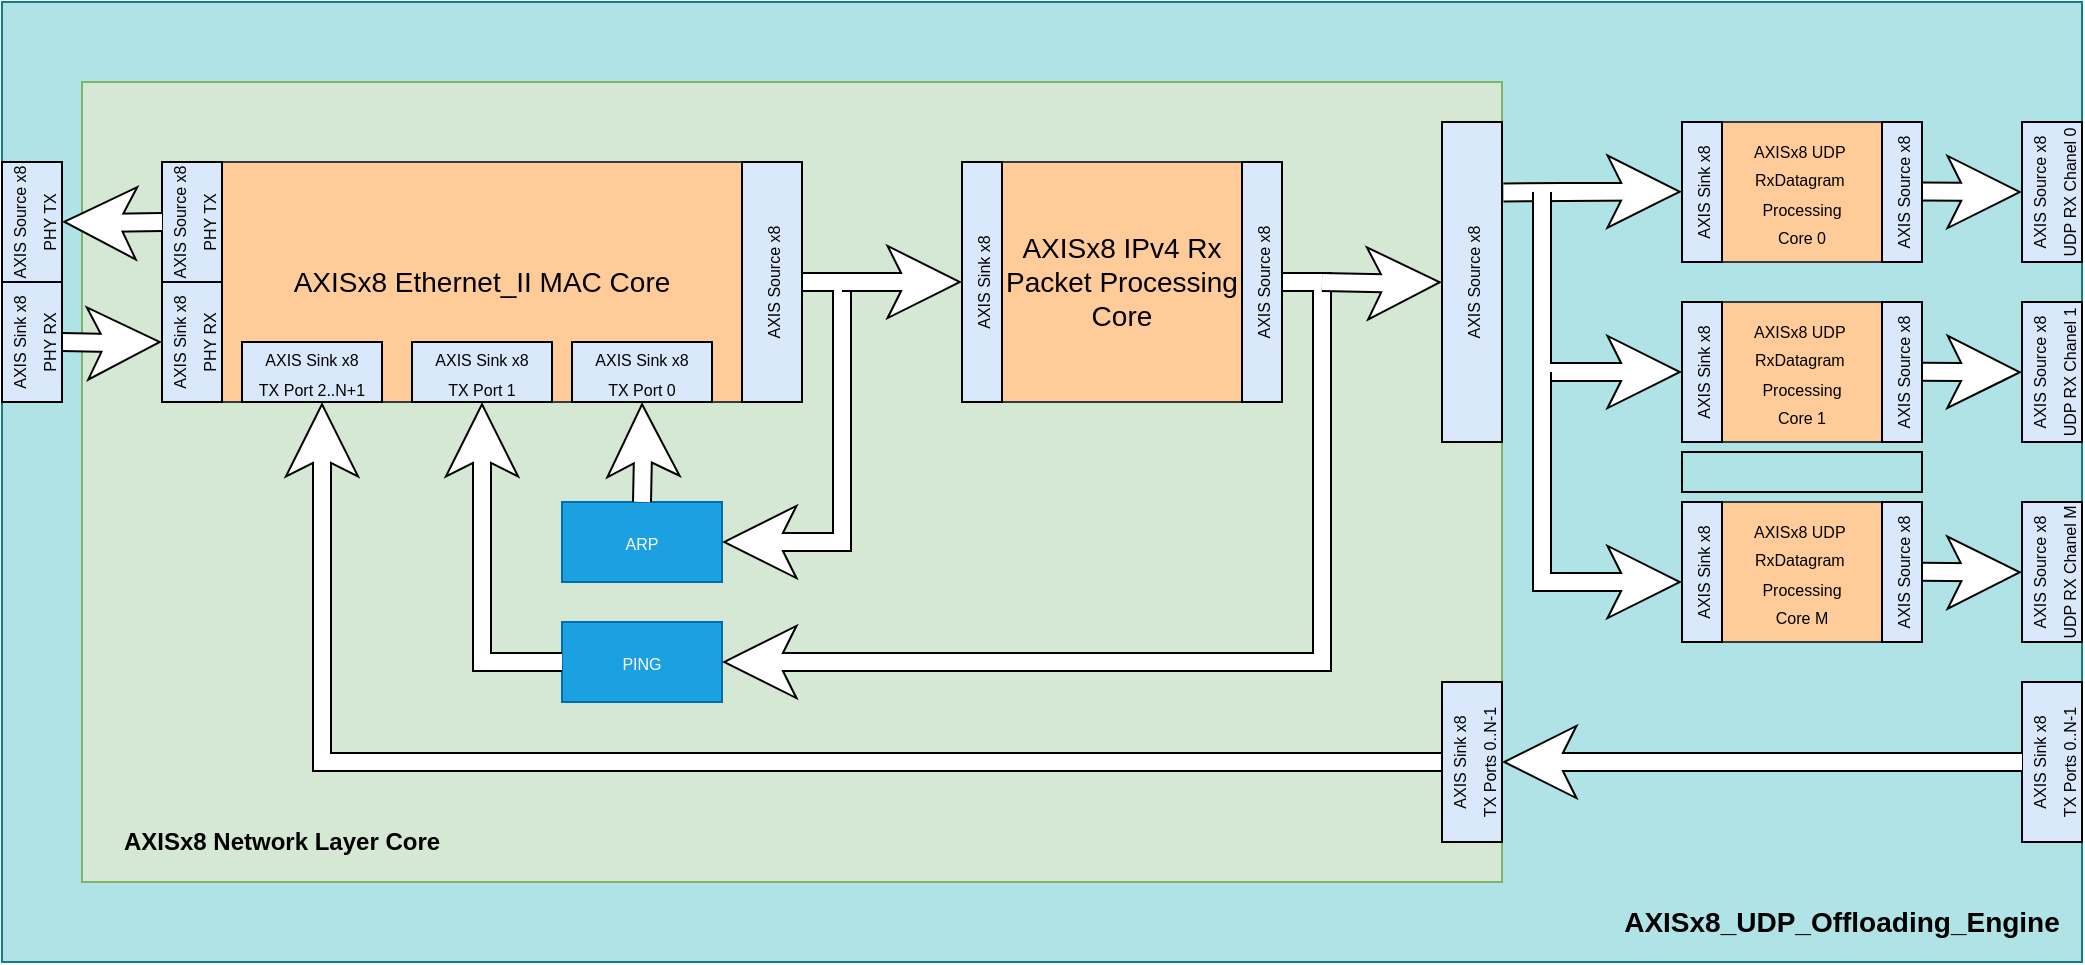
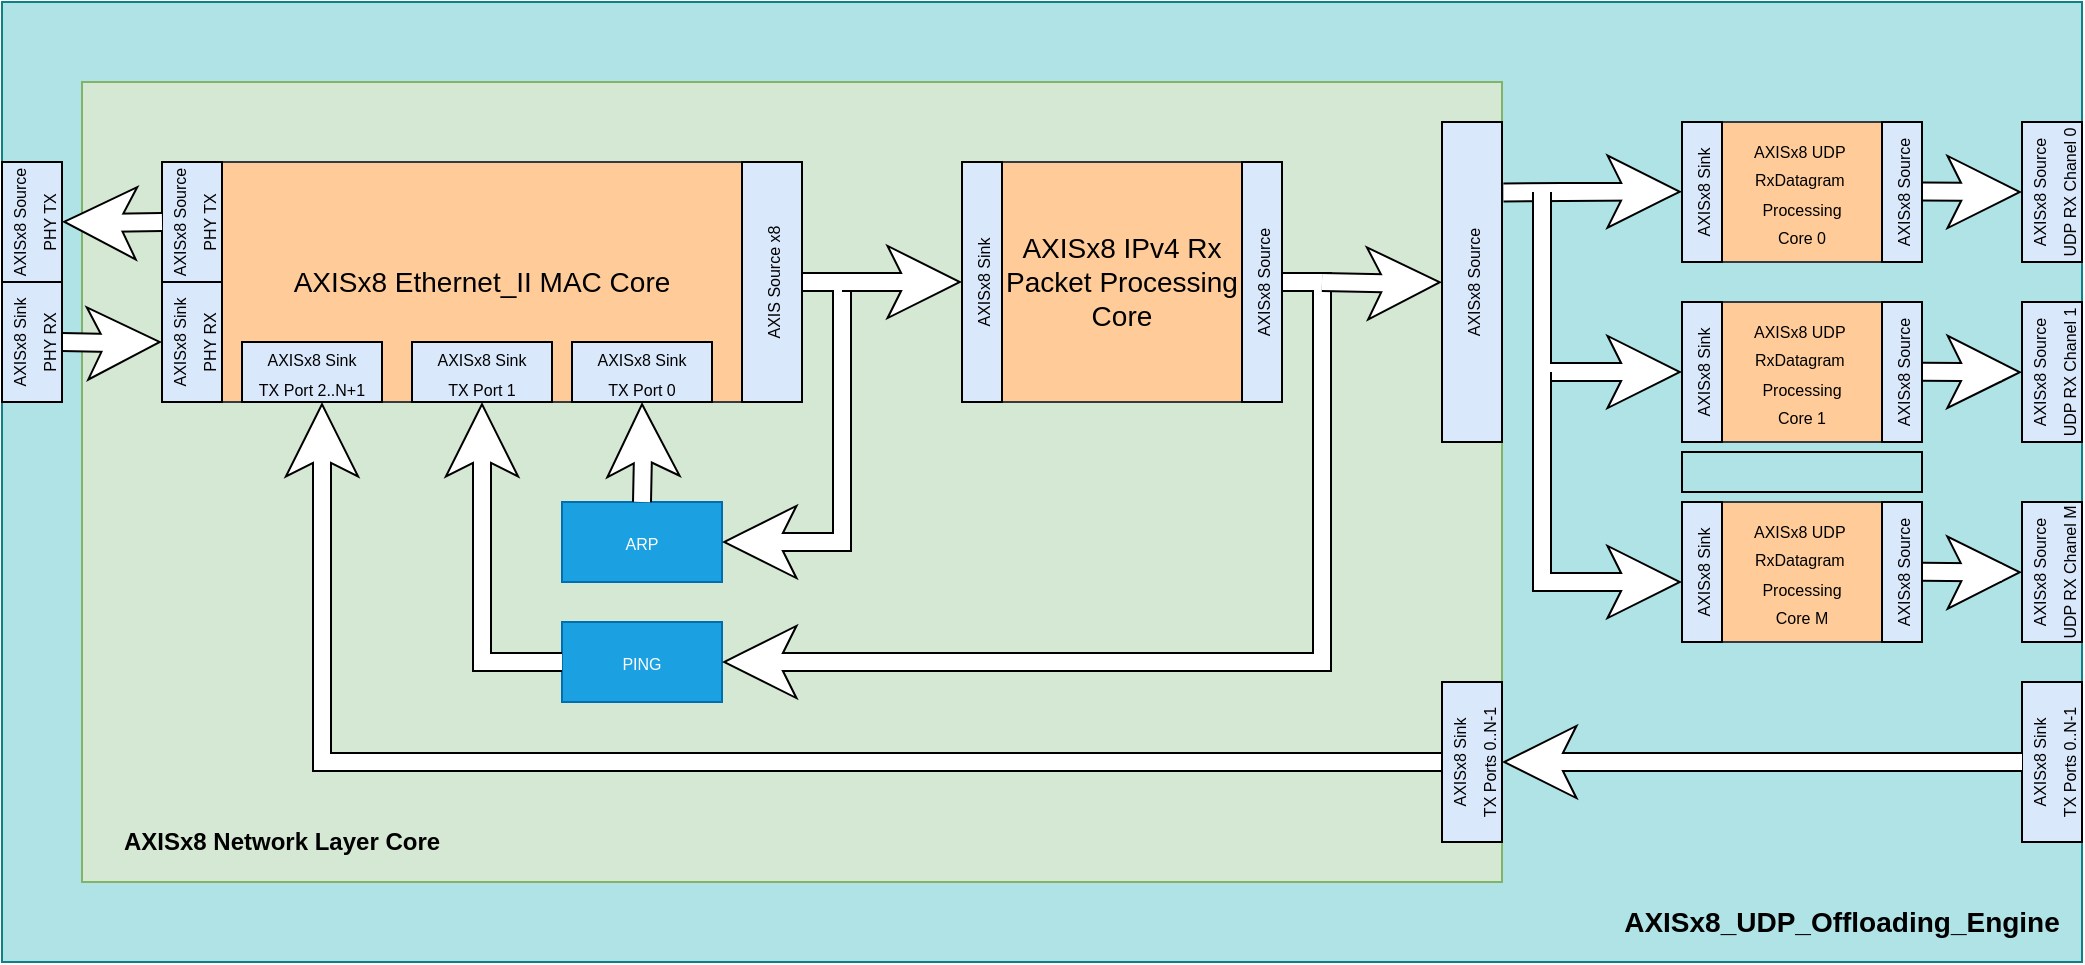
<mxfile host="Electron" agent="Mozilla/5.0 (Windows NT 10.0; Win64; x64) AppleWebKit/537.36 (KHTML, like Gecko) Chrome/147.0.0.0 Safari/537.36 OPR/131.0.0.0">
  <diagram name="Page-1" id="g0-s9DwC3oRhXUgsUFM5">
    <mxGraphModel dx="590" dy="828" grid="1" gridSize="10" guides="1" tooltips="1" connect="1" arrows="1" fold="1" page="1" pageScale="1" pageWidth="827" pageHeight="1169" math="0" shadow="0">
      <root>
        <mxCell id="0" />
        <mxCell id="1" parent="0" />
        <mxCell id="vellT3bcd4ufu_oz2iLE-1" parent="1" style="rounded=0;whiteSpace=wrap;html=1;fillColor=#b0e3e6;strokeColor=#0e8088;" value="" vertex="1">
          <mxGeometry height="480" width="1040" x="880" y="640" as="geometry" />
        </mxCell>
        <mxCell id="vellT3bcd4ufu_oz2iLE-2" parent="1" style="rounded=0;whiteSpace=wrap;html=1;fillColor=#ffcc99;strokeColor=#36393d;" value="&lt;div&gt;&lt;span style=&quot;font-size: 8px;&quot;&gt;AXISx8&amp;nbsp;&lt;/span&gt;&lt;span style=&quot;font-size: 8px; background-color: transparent; color: light-dark(rgb(0, 0, 0), rgb(255, 255, 255));&quot;&gt;UDP&amp;nbsp;&lt;/span&gt;&lt;/div&gt;&lt;div&gt;&lt;span style=&quot;font-size: 8px; background-color: transparent; color: light-dark(rgb(0, 0, 0), rgb(255, 255, 255));&quot;&gt;RxDatagram&amp;nbsp;&lt;/span&gt;&lt;/div&gt;&lt;div&gt;&lt;span style=&quot;font-size: 8px;&quot;&gt;Processing&lt;/span&gt;&lt;/div&gt;&lt;div&gt;&lt;span style=&quot;font-size: 8px;&quot;&gt;Core 0&lt;/span&gt;&lt;/div&gt;" vertex="1">
          <mxGeometry height="70" width="80" x="1740" y="700" as="geometry" />
        </mxCell>
        <mxCell id="vellT3bcd4ufu_oz2iLE-6" parent="1" style="rounded=0;whiteSpace=wrap;html=1;fillColor=#d5e8d4;strokeColor=#82b366;labelPosition=center;verticalLabelPosition=middle;align=center;verticalAlign=middle;" value="" vertex="1">
          <mxGeometry height="400" width="710" x="920" y="680" as="geometry" />
        </mxCell>
        <mxCell id="vellT3bcd4ufu_oz2iLE-7" parent="1" style="rounded=0;whiteSpace=wrap;html=1;fillColor=#ffcc99;strokeColor=#36393d;fontSize=14;" value="&lt;span&gt;AXISx8 Ethernet_II MAC Core&lt;/span&gt;" vertex="1">
          <mxGeometry height="120" width="320" x="960" y="720" as="geometry" />
        </mxCell>
        <mxCell id="vellT3bcd4ufu_oz2iLE-8" parent="1" style="rounded=0;whiteSpace=wrap;html=1;fillColor=#ffcc99;strokeColor=#36393d;fontSize=14;" value="AXISx8 &lt;span&gt;IPv4 Rx&lt;/span&gt;&lt;div&gt;&lt;span&gt;Packet Processing&lt;/span&gt;&lt;/div&gt;&lt;div&gt;&lt;span&gt;&amp;nbsp;Core&amp;nbsp;&lt;/span&gt;&lt;/div&gt;" vertex="1">
          <mxGeometry height="120" width="160" x="1360" y="720" as="geometry" />
        </mxCell>
        <mxCell id="vellT3bcd4ufu_oz2iLE-9" parent="1" style="rounded=0;whiteSpace=wrap;html=1;fillColor=#1ba1e2;strokeColor=#006EAF;rotation=0;fontColor=#ffffff;" value="&lt;span style=&quot;font-size: 8px;&quot;&gt;PING&lt;/span&gt;" vertex="1">
          <mxGeometry height="40" width="80" x="1160" y="950" as="geometry" />
        </mxCell>
        <mxCell id="vellT3bcd4ufu_oz2iLE-10" parent="1" style="rounded=0;whiteSpace=wrap;html=1;fillColor=#1ba1e2;strokeColor=#006EAF;rotation=0;fontColor=#ffffff;" value="&lt;span style=&quot;font-size: 8px;&quot;&gt;ARP&lt;/span&gt;" vertex="1">
          <mxGeometry height="40" width="80" x="1160" y="890" as="geometry" />
        </mxCell>
        <mxCell id="vellT3bcd4ufu_oz2iLE-28" edge="1" parent="1" style="shape=filledEdge;curved=0;rounded=0;fixDash=1;endArrow=none;strokeWidth=10;fillColor=#ffffff;edgeStyle=orthogonalEdgeStyle;html=1;startArrow=classic;startFill=1;" value="">
          <mxGeometry height="40" relative="1" width="60" as="geometry">
            <Array as="points">
              <mxPoint x="1240" y="910" />
              <mxPoint x="1300" y="910" />
              <mxPoint x="1300" y="780" />
            </Array>
            <mxPoint x="1240" y="910" as="sourcePoint" />
            <mxPoint x="1280" y="780" as="targetPoint" />
          </mxGeometry>
        </mxCell>
        <mxCell id="vellT3bcd4ufu_oz2iLE-30" edge="1" parent="1" style="shape=filledEdge;curved=0;rounded=0;fixDash=1;endArrow=none;strokeWidth=10;fillColor=#ffffff;edgeStyle=orthogonalEdgeStyle;html=1;startArrow=classic;startFill=1;" value="">
          <mxGeometry height="40" relative="1" width="60" as="geometry">
            <Array as="points">
              <mxPoint x="1340" y="780" />
              <mxPoint x="1340" y="780" />
            </Array>
            <mxPoint x="1360" y="780" as="sourcePoint" />
            <mxPoint x="1300" y="780" as="targetPoint" />
          </mxGeometry>
        </mxCell>
        <mxCell id="vellT3bcd4ufu_oz2iLE-32" edge="1" parent="1" source="vellT3bcd4ufu_oz2iLE-9" style="shape=filledEdge;curved=0;rounded=0;fixDash=1;endArrow=none;strokeWidth=10;fillColor=#ffffff;edgeStyle=orthogonalEdgeStyle;html=1;startArrow=classic;startFill=1;exitX=1;exitY=0.5;exitDx=0;exitDy=0;" value="">
          <mxGeometry height="40" relative="1" width="60" as="geometry">
            <Array as="points">
              <mxPoint x="1540" y="970" />
              <mxPoint x="1540" y="780" />
            </Array>
            <mxPoint x="1320" y="940" as="sourcePoint" />
            <mxPoint x="1520" y="780" as="targetPoint" />
          </mxGeometry>
        </mxCell>
        <mxCell id="vellT3bcd4ufu_oz2iLE-34" edge="1" parent="1" style="shape=filledEdge;curved=0;rounded=0;fixDash=1;endArrow=none;strokeWidth=10;fillColor=#ffffff;edgeStyle=orthogonalEdgeStyle;html=1;startArrow=classic;startFill=1;exitX=0;exitY=0.5;exitDx=0;exitDy=0;" value="">
          <mxGeometry height="40" relative="1" width="60" as="geometry">
            <Array as="points" />
            <mxPoint x="1600" y="780.1" as="sourcePoint" />
            <mxPoint x="1540" y="780.0000000000001" as="targetPoint" />
          </mxGeometry>
        </mxCell>
        <mxCell id="vellT3bcd4ufu_oz2iLE-35" edge="1" parent="1" source="vellT3bcd4ufu_oz2iLE-7" style="shape=filledEdge;curved=0;rounded=0;fixDash=1;endArrow=none;strokeWidth=10;fillColor=#ffffff;edgeStyle=orthogonalEdgeStyle;html=1;startArrow=classic;startFill=1;entryX=0;entryY=0.5;entryDx=0;entryDy=0;exitX=0.5;exitY=1;exitDx=0;exitDy=0;" target="vellT3bcd4ufu_oz2iLE-9" value="">
          <mxGeometry height="40" relative="1" width="60" as="geometry">
            <Array as="points">
              <mxPoint x="1120" y="970" />
            </Array>
            <mxPoint x="1120" y="841" as="sourcePoint" />
            <mxPoint x="1150" y="1060" as="targetPoint" />
          </mxGeometry>
        </mxCell>
        <mxCell id="vellT3bcd4ufu_oz2iLE-36" edge="1" parent="1" style="shape=filledEdge;curved=0;rounded=0;fixDash=1;endArrow=none;strokeWidth=10;fillColor=#ffffff;edgeStyle=orthogonalEdgeStyle;html=1;startArrow=classic;startFill=1;exitX=0.401;exitY=1.008;exitDx=0;exitDy=0;exitPerimeter=0;" target="vellT3bcd4ufu_oz2iLE-10" value="">
          <mxGeometry height="40" relative="1" width="60" as="geometry">
            <Array as="points" />
            <mxPoint x="1200" y="840" as="sourcePoint" />
            <mxPoint x="1180" y="900" as="targetPoint" />
          </mxGeometry>
        </mxCell>
        <mxCell id="vellT3bcd4ufu_oz2iLE-37" edge="1" parent="1" style="shape=filledEdge;curved=0;rounded=0;fixDash=1;endArrow=none;strokeWidth=10;fillColor=#ffffff;edgeStyle=orthogonalEdgeStyle;html=1;startArrow=classic;startFill=1;entryX=0;entryY=0.5;entryDx=0;entryDy=0;" target="vellT3bcd4ufu_oz2iLE-95" value="">
          <mxGeometry height="40" relative="1" width="60" as="geometry">
            <Array as="points">
              <mxPoint x="1040" y="1020" />
            </Array>
            <mxPoint x="1040" y="840" as="sourcePoint" />
            <mxPoint x="1605" y="1040.0000000000002" as="targetPoint" />
          </mxGeometry>
        </mxCell>
-         <mxCell id="vellT3bcd4ufu_oz2iLE-45" parent="1" style="rounded=0;whiteSpace=wrap;html=1;fillColor=#dae8fc;strokeColor=#000000;rotation=0;" value="&lt;span style=&quot;font-size: 8px;&quot;&gt;AXIS Sink&amp;nbsp;&lt;/span&gt;&lt;span style=&quot;font-size: 8px;&quot;&gt;x8&lt;/span&gt;&lt;div&gt;&lt;span style=&quot;font-size: 8px;&quot;&gt;TX Port 0&lt;/span&gt;&lt;span style=&quot;font-size: 8px;&quot;&gt;&lt;/span&gt;&lt;/div&gt;" vertex="1">
+         <mxCell id="vellT3bcd4ufu_oz2iLE-45" parent="1" style="rounded=0;whiteSpace=wrap;html=1;fillColor=#dae8fc;strokeColor=#000000;rotation=0;" value="&lt;span style=&quot;font-size: 8px;&quot;&gt;AXIS&lt;/span&gt;&lt;span style=&quot;font-size: 8px;&quot;&gt;x8&lt;/span&gt;&lt;span style=&quot;font-size: 8px;&quot;&gt; Sink&lt;/span&gt;&lt;br&gt;&lt;div&gt;&lt;span style=&quot;font-size: 8px;&quot;&gt;TX Port 0&lt;/span&gt;&lt;span style=&quot;font-size: 8px;&quot;&gt;&lt;/span&gt;&lt;/div&gt;" vertex="1">
          <mxGeometry height="30" width="70" x="1165" y="810" as="geometry" />
        </mxCell>
-         <mxCell id="vellT3bcd4ufu_oz2iLE-46" parent="1" style="rounded=0;whiteSpace=wrap;html=1;fillColor=#dae8fc;strokeColor=#000000;rotation=0;" value="&lt;span style=&quot;font-size: 8px;&quot;&gt;AXIS Sink&amp;nbsp;&lt;/span&gt;&lt;span style=&quot;font-size: 8px;&quot;&gt;x8&lt;/span&gt;&lt;div&gt;&lt;span style=&quot;font-size: 8px;&quot;&gt;TX Port 1&lt;/span&gt;&lt;span style=&quot;font-size: 8px;&quot;&gt;&lt;/span&gt;&lt;/div&gt;" vertex="1">
+         <mxCell id="vellT3bcd4ufu_oz2iLE-46" parent="1" style="rounded=0;whiteSpace=wrap;html=1;fillColor=#dae8fc;strokeColor=#000000;rotation=0;" value="&lt;span style=&quot;font-size: 8px;&quot;&gt;AXIS&lt;/span&gt;&lt;span style=&quot;font-size: 8px;&quot;&gt;x8&lt;/span&gt;&lt;span style=&quot;font-size: 8px;&quot;&gt; Sink&lt;/span&gt;&lt;br&gt;&lt;div&gt;&lt;span style=&quot;font-size: 8px;&quot;&gt;TX Port 1&lt;/span&gt;&lt;span style=&quot;font-size: 8px;&quot;&gt;&lt;/span&gt;&lt;/div&gt;" vertex="1">
          <mxGeometry height="30" width="70" x="1085" y="810" as="geometry" />
        </mxCell>
-         <mxCell id="vellT3bcd4ufu_oz2iLE-47" parent="1" style="rounded=0;whiteSpace=wrap;html=1;fillColor=#dae8fc;strokeColor=#000000;rotation=0;" value="&lt;span style=&quot;font-size: 8px;&quot;&gt;AXIS Sink&amp;nbsp;&lt;/span&gt;&lt;span style=&quot;font-size: 8px;&quot;&gt;x8&lt;/span&gt;&lt;div&gt;&lt;span style=&quot;font-size: 8px;&quot;&gt;TX Port 2..N+1&lt;/span&gt;&lt;/div&gt;" vertex="1">
+         <mxCell id="vellT3bcd4ufu_oz2iLE-47" parent="1" style="rounded=0;whiteSpace=wrap;html=1;fillColor=#dae8fc;strokeColor=#000000;rotation=0;" value="&lt;span style=&quot;font-size: 8px;&quot;&gt;AXIS&lt;/span&gt;&lt;span style=&quot;font-size: 8px;&quot;&gt;x8&lt;/span&gt;&lt;span style=&quot;font-size: 8px;&quot;&gt;&amp;nbsp;Sink&lt;/span&gt;&lt;div&gt;&lt;span style=&quot;font-size: 8px;&quot;&gt;TX Port 2..N+1&lt;/span&gt;&lt;/div&gt;" vertex="1">
          <mxGeometry height="30" width="70" x="1000" y="810" as="geometry" />
        </mxCell>
-         <mxCell id="vellT3bcd4ufu_oz2iLE-53" parent="1" style="rounded=0;whiteSpace=wrap;html=1;fillColor=#dae8fc;strokeColor=#000000;rotation=0;horizontal=0;" value="&lt;span style=&quot;font-size: 8px;&quot;&gt;AXIS Sink&amp;nbsp;&lt;/span&gt;&lt;span style=&quot;font-size: 8px;&quot;&gt;x8&lt;/span&gt;&lt;div&gt;&lt;span style=&quot;font-size: 8px;&quot;&gt;PHY RX&lt;/span&gt;&lt;/div&gt;" vertex="1">
+         <mxCell id="vellT3bcd4ufu_oz2iLE-53" parent="1" style="rounded=0;whiteSpace=wrap;html=1;fillColor=#dae8fc;strokeColor=#000000;rotation=0;horizontal=0;" value="&lt;span style=&quot;font-size: 8px;&quot;&gt;AXIS&lt;/span&gt;&lt;span style=&quot;font-size: 8px;&quot;&gt;x8&lt;/span&gt;&lt;span style=&quot;font-size: 8px;&quot;&gt; Sink&lt;/span&gt;&lt;div&gt;&lt;span style=&quot;font-size: 8px;&quot;&gt;PHY RX&lt;/span&gt;&lt;/div&gt;" vertex="1">
          <mxGeometry height="60" width="30" x="960" y="780" as="geometry" />
        </mxCell>
-         <mxCell id="vellT3bcd4ufu_oz2iLE-54" parent="1" style="rounded=0;whiteSpace=wrap;html=1;fillColor=#dae8fc;strokeColor=#000000;rotation=0;horizontal=0;" value="&lt;span style=&quot;font-size: 8px;&quot;&gt;AXIS Source &lt;/span&gt;&lt;span style=&quot;font-size: 8px;&quot;&gt;x8&lt;/span&gt;&lt;div&gt;&lt;span style=&quot;font-size: 8px;&quot;&gt;PHY TX&lt;/span&gt;&lt;/div&gt;" vertex="1">
+         <mxCell id="vellT3bcd4ufu_oz2iLE-54" parent="1" style="rounded=0;whiteSpace=wrap;html=1;fillColor=#dae8fc;strokeColor=#000000;rotation=0;horizontal=0;" value="&lt;span style=&quot;font-size: 8px;&quot;&gt;AXIS&lt;/span&gt;&lt;span style=&quot;font-size: 8px;&quot;&gt;x8&lt;/span&gt;&lt;span style=&quot;font-size: 8px;&quot;&gt; Source&lt;/span&gt;&lt;div&gt;&lt;span style=&quot;font-size: 8px;&quot;&gt;PHY TX&lt;/span&gt;&lt;/div&gt;" vertex="1">
          <mxGeometry height="60" width="30" x="960" y="720" as="geometry" />
        </mxCell>
        <mxCell id="vellT3bcd4ufu_oz2iLE-56" edge="1" parent="1" style="shape=filledEdge;curved=0;rounded=0;fixDash=1;endArrow=none;strokeWidth=10;fillColor=#ffffff;edgeStyle=orthogonalEdgeStyle;html=1;startArrow=classic;startFill=1;entryX=1;entryY=0.5;entryDx=0;entryDy=0;" target="vellT3bcd4ufu_oz2iLE-102" value="">
          <mxGeometry height="40" relative="1" width="60" as="geometry">
            <Array as="points" />
            <mxPoint x="960" y="810.01" as="sourcePoint" />
            <mxPoint x="920" y="810" as="targetPoint" />
          </mxGeometry>
        </mxCell>
-         <mxCell id="vellT3bcd4ufu_oz2iLE-60" parent="1" style="rounded=0;whiteSpace=wrap;html=1;fillColor=#dae8fc;strokeColor=#000000;rotation=0;verticalAlign=middle;horizontal=0;" value="&lt;span style=&quot;font-size: 8px;&quot;&gt;AXIS Source &lt;/span&gt;&lt;span style=&quot;font-size: 8px;&quot;&gt;x8&lt;/span&gt;" vertex="1">
+         <mxCell id="vellT3bcd4ufu_oz2iLE-60" parent="1" style="rounded=0;whiteSpace=wrap;html=1;fillColor=#dae8fc;strokeColor=#000000;rotation=0;verticalAlign=middle;horizontal=0;" value="&lt;span style=&quot;font-size: 8px;&quot;&gt;AXIS&lt;/span&gt;&lt;span style=&quot;font-size: 8px;&quot;&gt;x8&lt;/span&gt;&lt;span style=&quot;font-size: 8px;&quot;&gt; Source&lt;/span&gt;" vertex="1">
          <mxGeometry height="160" width="30" x="1600" y="700" as="geometry" />
        </mxCell>
        <mxCell id="vellT3bcd4ufu_oz2iLE-61" parent="1" style="rounded=0;whiteSpace=wrap;html=1;fillColor=#dae8fc;strokeColor=#000000;rotation=0;verticalAlign=middle;horizontal=0;" value="&lt;span style=&quot;font-size: 8px;&quot;&gt;AXIS Source &lt;/span&gt;&lt;span style=&quot;font-size: 8px;&quot;&gt;x8&lt;/span&gt;" vertex="1">
          <mxGeometry height="120" width="30" x="1250" y="720" as="geometry" />
        </mxCell>
        <mxCell id="vellT3bcd4ufu_oz2iLE-67" parent="1" style="rounded=0;whiteSpace=wrap;html=1;fillColor=#ffcc99;strokeColor=#36393d;" value="&lt;div&gt;&lt;div&gt;&lt;span style=&quot;font-size: 8px;&quot;&gt;AXISx8 &lt;/span&gt;&lt;span style=&quot;font-size: 8px; background-color: transparent; color: light-dark(rgb(0, 0, 0), rgb(255, 255, 255));&quot;&gt;UDP&amp;nbsp;&lt;/span&gt;&lt;/div&gt;&lt;div&gt;&lt;span style=&quot;font-size: 8px; background-color: transparent; color: light-dark(rgb(0, 0, 0), rgb(255, 255, 255));&quot;&gt;RxDatagram&amp;nbsp;&lt;/span&gt;&lt;/div&gt;&lt;div&gt;&lt;span style=&quot;font-size: 8px;&quot;&gt;Processing&lt;/span&gt;&lt;/div&gt;&lt;/div&gt;&lt;div&gt;&lt;span style=&quot;font-size: 8px;&quot;&gt;Core 1&lt;/span&gt;&lt;/div&gt;" vertex="1">
          <mxGeometry height="70" width="80" x="1740" y="790" as="geometry" />
        </mxCell>
        <mxCell id="vellT3bcd4ufu_oz2iLE-70" parent="1" style="shape=zigzag;html=1;fillColor=none;" value="" vertex="1">
          <mxGeometry height="20" width="120" x="1720" y="865" as="geometry" />
        </mxCell>
        <mxCell id="vellT3bcd4ufu_oz2iLE-71" parent="1" style="rounded=0;whiteSpace=wrap;html=1;fillColor=#ffcc99;strokeColor=#36393d;" value="&lt;div&gt;&lt;div&gt;&lt;span style=&quot;font-size: 8px;&quot;&gt;AXISx8 &lt;/span&gt;&lt;span style=&quot;font-size: 8px; background-color: transparent; color: light-dark(rgb(0, 0, 0), rgb(255, 255, 255));&quot;&gt;UDP&amp;nbsp;&lt;/span&gt;&lt;/div&gt;&lt;div&gt;&lt;span style=&quot;font-size: 8px; background-color: transparent; color: light-dark(rgb(0, 0, 0), rgb(255, 255, 255));&quot;&gt;RxDatagram&amp;nbsp;&lt;/span&gt;&lt;/div&gt;&lt;div&gt;&lt;span style=&quot;font-size: 8px;&quot;&gt;Processing&lt;/span&gt;&lt;/div&gt;&lt;/div&gt;&lt;div&gt;&lt;span style=&quot;font-size: 8px;&quot;&gt;Core M&lt;/span&gt;&lt;/div&gt;" vertex="1">
          <mxGeometry height="70" width="80" x="1740" y="890" as="geometry" />
        </mxCell>
        <mxCell id="vellT3bcd4ufu_oz2iLE-78" edge="1" parent="1" style="shape=filledEdge;curved=0;rounded=0;fixDash=1;endArrow=none;strokeWidth=10;fillColor=#ffffff;edgeStyle=orthogonalEdgeStyle;html=1;startArrow=classic;startFill=1;" value="">
          <mxGeometry height="40" relative="1" width="60" as="geometry">
            <Array as="points">
              <mxPoint x="1880" y="734.71" />
              <mxPoint x="1880" y="734.71" />
            </Array>
            <mxPoint x="1890" y="735" as="sourcePoint" />
            <mxPoint x="1840" y="734.71" as="targetPoint" />
          </mxGeometry>
        </mxCell>
-         <mxCell id="vellT3bcd4ufu_oz2iLE-81" parent="1" style="rounded=0;whiteSpace=wrap;html=1;fillColor=#dae8fc;strokeColor=#000000;rotation=0;verticalAlign=middle;horizontal=0;" value="&lt;span style=&quot;font-size: 8px;&quot;&gt;AXIS Source &lt;/span&gt;&lt;span style=&quot;font-size: 8px;&quot;&gt;x8&lt;/span&gt;&lt;div&gt;&lt;span style=&quot;font-size: 8px;&quot;&gt;UDP&amp;nbsp;&lt;/span&gt;&lt;span style=&quot;font-size: 8px;&quot;&gt;RX&amp;nbsp;&lt;/span&gt;&lt;span style=&quot;font-size: 8px;&quot;&gt;Chanel 0&lt;/span&gt;&lt;/div&gt;" vertex="1">
+         <mxCell id="vellT3bcd4ufu_oz2iLE-81" parent="1" style="rounded=0;whiteSpace=wrap;html=1;fillColor=#dae8fc;strokeColor=#000000;rotation=0;verticalAlign=middle;horizontal=0;" value="&lt;span style=&quot;font-size: 8px;&quot;&gt;AXIS&lt;/span&gt;&lt;span style=&quot;font-size: 8px;&quot;&gt;x8&lt;/span&gt;&lt;span style=&quot;font-size: 8px;&quot;&gt; Source&lt;/span&gt;&lt;br&gt;&lt;div&gt;&lt;span style=&quot;font-size: 8px;&quot;&gt;UDP&amp;nbsp;&lt;/span&gt;&lt;span style=&quot;font-size: 8px;&quot;&gt;RX&amp;nbsp;&lt;/span&gt;&lt;span style=&quot;font-size: 8px;&quot;&gt;Chanel 0&lt;/span&gt;&lt;/div&gt;" vertex="1">
          <mxGeometry height="70" width="30" x="1890" y="700" as="geometry" />
        </mxCell>
        <mxCell id="vellT3bcd4ufu_oz2iLE-83" edge="1" parent="1" style="shape=filledEdge;curved=0;rounded=0;fixDash=1;endArrow=none;strokeWidth=10;fillColor=#ffffff;edgeStyle=orthogonalEdgeStyle;html=1;startArrow=classic;startFill=1;" value="">
          <mxGeometry height="40" relative="1" width="60" as="geometry">
            <Array as="points">
              <mxPoint x="1880" y="824.86" />
              <mxPoint x="1880" y="824.86" />
            </Array>
            <mxPoint x="1890" y="825.15" as="sourcePoint" />
            <mxPoint x="1840" y="824.86" as="targetPoint" />
          </mxGeometry>
        </mxCell>
-         <mxCell id="vellT3bcd4ufu_oz2iLE-84" parent="1" style="rounded=0;whiteSpace=wrap;html=1;fillColor=#dae8fc;strokeColor=#000000;rotation=0;verticalAlign=middle;horizontal=0;" value="&lt;span style=&quot;font-size: 8px;&quot;&gt;AXIS Source &lt;/span&gt;&lt;span style=&quot;font-size: 8px;&quot;&gt;x8&lt;/span&gt;&lt;div&gt;&lt;span style=&quot;font-size: 8px;&quot;&gt;UDP &lt;/span&gt;&lt;span style=&quot;font-size: 8px;&quot;&gt;RX &lt;/span&gt;&lt;span style=&quot;font-size: 8px;&quot;&gt;Chanel 1&lt;/span&gt;&lt;/div&gt;" vertex="1">
+         <mxCell id="vellT3bcd4ufu_oz2iLE-84" parent="1" style="rounded=0;whiteSpace=wrap;html=1;fillColor=#dae8fc;strokeColor=#000000;rotation=0;verticalAlign=middle;horizontal=0;" value="&lt;span style=&quot;font-size: 8px;&quot;&gt;AXIS&lt;/span&gt;&lt;span style=&quot;font-size: 8px;&quot;&gt;x8&lt;/span&gt;&lt;span style=&quot;font-size: 8px;&quot;&gt; Source&lt;/span&gt;&lt;br&gt;&lt;div&gt;&lt;span style=&quot;font-size: 8px;&quot;&gt;UDP &lt;/span&gt;&lt;span style=&quot;font-size: 8px;&quot;&gt;RX &lt;/span&gt;&lt;span style=&quot;font-size: 8px;&quot;&gt;Chanel 1&lt;/span&gt;&lt;/div&gt;" vertex="1">
          <mxGeometry height="70" width="30" x="1890" y="790" as="geometry" />
        </mxCell>
        <mxCell id="vellT3bcd4ufu_oz2iLE-74" edge="1" parent="1" style="shape=filledEdge;curved=0;rounded=0;fixDash=1;endArrow=none;strokeWidth=10;fillColor=#ffffff;edgeStyle=orthogonalEdgeStyle;html=1;startArrow=classic;startFill=1;entryX=1.024;entryY=0.22;entryDx=0;entryDy=0;entryPerimeter=0;" target="vellT3bcd4ufu_oz2iLE-60" value="">
          <mxGeometry height="40" relative="1" width="60" as="geometry">
            <Array as="points">
              <mxPoint x="1700" y="735" />
            </Array>
            <mxPoint x="1720" y="734.83" as="sourcePoint" />
            <mxPoint x="1660" y="735" as="targetPoint" />
          </mxGeometry>
        </mxCell>
        <mxCell id="vellT3bcd4ufu_oz2iLE-85" edge="1" parent="1" style="shape=filledEdge;curved=0;rounded=0;fixDash=1;endArrow=none;strokeWidth=10;fillColor=#ffffff;edgeStyle=orthogonalEdgeStyle;html=1;startArrow=classic;startFill=1;" value="">
          <mxGeometry height="40" relative="1" width="60" as="geometry">
            <Array as="points">
              <mxPoint x="1880" y="924.86" />
              <mxPoint x="1880" y="924.86" />
            </Array>
            <mxPoint x="1890" y="925.15" as="sourcePoint" />
            <mxPoint x="1840" y="924.86" as="targetPoint" />
          </mxGeometry>
        </mxCell>
-         <mxCell id="vellT3bcd4ufu_oz2iLE-86" parent="1" style="rounded=0;whiteSpace=wrap;html=1;fillColor=#dae8fc;strokeColor=#000000;rotation=0;verticalAlign=middle;horizontal=0;" value="&lt;span style=&quot;font-size: 8px;&quot;&gt;AXIS Source &lt;/span&gt;&lt;span style=&quot;font-size: 8px;&quot;&gt;x8&lt;/span&gt;&lt;div&gt;&lt;span style=&quot;font-size: 8px;&quot;&gt;UDP &lt;/span&gt;&lt;span style=&quot;font-size: 8px;&quot;&gt;RX &lt;/span&gt;&lt;span style=&quot;font-size: 8px;&quot;&gt;Chanel M&lt;/span&gt;&lt;/div&gt;" vertex="1">
+         <mxCell id="vellT3bcd4ufu_oz2iLE-86" parent="1" style="rounded=0;whiteSpace=wrap;html=1;fillColor=#dae8fc;strokeColor=#000000;rotation=0;verticalAlign=middle;horizontal=0;" value="&lt;span style=&quot;font-size: 8px;&quot;&gt;AXIS&lt;/span&gt;&lt;span style=&quot;font-size: 8px;&quot;&gt;x8&lt;/span&gt;&lt;span style=&quot;font-size: 8px;&quot;&gt; Source&lt;/span&gt;&lt;br&gt;&lt;div&gt;&lt;span style=&quot;font-size: 8px;&quot;&gt;UDP &lt;/span&gt;&lt;span style=&quot;font-size: 8px;&quot;&gt;RX &lt;/span&gt;&lt;span style=&quot;font-size: 8px;&quot;&gt;Chanel M&lt;/span&gt;&lt;/div&gt;" vertex="1">
          <mxGeometry height="70" width="30" x="1890" y="890" as="geometry" />
        </mxCell>
-         <mxCell id="vellT3bcd4ufu_oz2iLE-88" parent="1" style="rounded=0;whiteSpace=wrap;html=1;fillColor=#dae8fc;strokeColor=#000000;rotation=0;verticalAlign=middle;horizontal=0;" value="&lt;span style=&quot;font-size: 8px;&quot;&gt;AXIS Sink x8&lt;/span&gt;&lt;div&gt;&lt;span style=&quot;font-size: 8px;&quot;&gt;TX Ports 0..N-1&lt;/span&gt;&lt;/div&gt;" vertex="1">
+         <mxCell id="vellT3bcd4ufu_oz2iLE-88" parent="1" style="rounded=0;whiteSpace=wrap;html=1;fillColor=#dae8fc;strokeColor=#000000;rotation=0;verticalAlign=middle;horizontal=0;" value="&lt;span style=&quot;font-size: 8px;&quot;&gt;AXISx8 Sink&lt;/span&gt;&lt;br&gt;&lt;div&gt;&lt;span style=&quot;font-size: 8px;&quot;&gt;TX Ports 0..N-1&lt;/span&gt;&lt;/div&gt;" vertex="1">
          <mxGeometry height="80" width="30" x="1890" y="980" as="geometry" />
        </mxCell>
-         <mxCell id="vellT3bcd4ufu_oz2iLE-89" parent="1" style="rounded=0;whiteSpace=wrap;html=1;fillColor=#dae8fc;strokeColor=#000000;rotation=0;verticalAlign=middle;horizontal=0;" value="&lt;span style=&quot;font-size: 8px;&quot;&gt;AXIS Source &lt;/span&gt;&lt;span style=&quot;font-size: 8px;&quot;&gt;x8&lt;/span&gt;" vertex="1">
+         <mxCell id="vellT3bcd4ufu_oz2iLE-89" parent="1" style="rounded=0;whiteSpace=wrap;html=1;fillColor=#dae8fc;strokeColor=#000000;rotation=0;verticalAlign=middle;horizontal=0;" value="&lt;span style=&quot;font-size: 8px;&quot;&gt;AXIS&lt;/span&gt;&lt;span style=&quot;font-size: 8px;&quot;&gt;x8&lt;/span&gt;&lt;span style=&quot;font-size: 8px;&quot;&gt; Source&lt;/span&gt;" vertex="1">
          <mxGeometry height="70" width="20" x="1820" y="700" as="geometry" />
        </mxCell>
-         <mxCell id="vellT3bcd4ufu_oz2iLE-90" parent="1" style="rounded=0;whiteSpace=wrap;html=1;fillColor=#dae8fc;strokeColor=#000000;rotation=0;verticalAlign=middle;horizontal=0;" value="&lt;span style=&quot;font-size: 8px;&quot;&gt;AXIS Sink&lt;/span&gt;&lt;span style=&quot;background-color: transparent; color: light-dark(rgb(0, 0, 0), rgb(255, 255, 255)); font-size: 8px;&quot;&gt;&amp;nbsp;&lt;/span&gt;&lt;span style=&quot;background-color: transparent; color: light-dark(rgb(0, 0, 0), rgb(255, 255, 255)); font-size: 8px;&quot;&gt;x8&lt;/span&gt;" vertex="1">
+         <mxCell id="vellT3bcd4ufu_oz2iLE-90" parent="1" style="rounded=0;whiteSpace=wrap;html=1;fillColor=#dae8fc;strokeColor=#000000;rotation=0;verticalAlign=middle;horizontal=0;" value="&lt;span style=&quot;font-size: 8px;&quot;&gt;AXISx8 Sink&lt;/span&gt;" vertex="1">
          <mxGeometry height="70" width="20" x="1720" y="700" as="geometry" />
        </mxCell>
-         <mxCell id="vellT3bcd4ufu_oz2iLE-91" parent="1" style="rounded=0;whiteSpace=wrap;html=1;fillColor=#dae8fc;strokeColor=#000000;rotation=0;verticalAlign=middle;horizontal=0;" value="&lt;span style=&quot;font-size: 8px;&quot;&gt;AXIS Source &lt;/span&gt;&lt;span style=&quot;font-size: 8px;&quot;&gt;x8&lt;/span&gt;" vertex="1">
+         <mxCell id="vellT3bcd4ufu_oz2iLE-91" parent="1" style="rounded=0;whiteSpace=wrap;html=1;fillColor=#dae8fc;strokeColor=#000000;rotation=0;verticalAlign=middle;horizontal=0;" value="&lt;span style=&quot;font-size: 8px;&quot;&gt;AXIS&lt;/span&gt;&lt;span style=&quot;font-size: 8px;&quot;&gt;x8&lt;/span&gt;&lt;span style=&quot;font-size: 8px;&quot;&gt; Source&lt;/span&gt;" vertex="1">
          <mxGeometry height="70" width="20" x="1820" y="790" as="geometry" />
        </mxCell>
-         <mxCell id="vellT3bcd4ufu_oz2iLE-92" parent="1" style="rounded=0;whiteSpace=wrap;html=1;fillColor=#dae8fc;strokeColor=#000000;rotation=0;verticalAlign=middle;horizontal=0;" value="&lt;span style=&quot;font-size: 8px;&quot;&gt;AXIS Sink&lt;/span&gt;&lt;span style=&quot;background-color: transparent; color: light-dark(rgb(0, 0, 0), rgb(255, 255, 255)); font-size: 8px;&quot;&gt;&amp;nbsp;&lt;/span&gt;&lt;span style=&quot;background-color: transparent; color: light-dark(rgb(0, 0, 0), rgb(255, 255, 255)); font-size: 8px;&quot;&gt;x8&lt;/span&gt;" vertex="1">
+         <mxCell id="vellT3bcd4ufu_oz2iLE-92" parent="1" style="rounded=0;whiteSpace=wrap;html=1;fillColor=#dae8fc;strokeColor=#000000;rotation=0;verticalAlign=middle;horizontal=0;" value="&lt;span style=&quot;font-size: 8px;&quot;&gt;AXISx8 Sink&lt;/span&gt;" vertex="1">
          <mxGeometry height="70" width="20" x="1720" y="790" as="geometry" />
        </mxCell>
-         <mxCell id="vellT3bcd4ufu_oz2iLE-93" parent="1" style="rounded=0;whiteSpace=wrap;html=1;fillColor=#dae8fc;strokeColor=#000000;rotation=0;verticalAlign=middle;horizontal=0;" value="&lt;span style=&quot;font-size: 8px;&quot;&gt;AXIS Source &lt;/span&gt;&lt;span style=&quot;font-size: 8px;&quot;&gt;x8&lt;/span&gt;" vertex="1">
+         <mxCell id="vellT3bcd4ufu_oz2iLE-93" parent="1" style="rounded=0;whiteSpace=wrap;html=1;fillColor=#dae8fc;strokeColor=#000000;rotation=0;verticalAlign=middle;horizontal=0;" value="&lt;span style=&quot;font-size: 8px;&quot;&gt;AXIS&lt;/span&gt;&lt;span style=&quot;font-size: 8px;&quot;&gt;x8&lt;/span&gt;&lt;span style=&quot;font-size: 8px;&quot;&gt; Source&lt;/span&gt;" vertex="1">
          <mxGeometry height="70" width="20" x="1820" y="890" as="geometry" />
        </mxCell>
-         <mxCell id="vellT3bcd4ufu_oz2iLE-94" parent="1" style="rounded=0;whiteSpace=wrap;html=1;fillColor=#dae8fc;strokeColor=#000000;rotation=0;verticalAlign=middle;horizontal=0;" value="&lt;span style=&quot;font-size: 8px;&quot;&gt;AXIS Sink&lt;/span&gt;&lt;span style=&quot;background-color: transparent; color: light-dark(rgb(0, 0, 0), rgb(255, 255, 255)); font-size: 8px;&quot;&gt;&amp;nbsp;&lt;/span&gt;&lt;span style=&quot;background-color: transparent; color: light-dark(rgb(0, 0, 0), rgb(255, 255, 255)); font-size: 8px;&quot;&gt;x8&lt;/span&gt;" vertex="1">
+         <mxCell id="vellT3bcd4ufu_oz2iLE-94" parent="1" style="rounded=0;whiteSpace=wrap;html=1;fillColor=#dae8fc;strokeColor=#000000;rotation=0;verticalAlign=middle;horizontal=0;" value="&lt;span style=&quot;font-size: 8px;&quot;&gt;AXISx8 Sink&lt;/span&gt;" vertex="1">
          <mxGeometry height="70" width="20" x="1720" y="890" as="geometry" />
        </mxCell>
-         <mxCell id="vellT3bcd4ufu_oz2iLE-95" parent="1" style="rounded=0;whiteSpace=wrap;html=1;fillColor=#dae8fc;strokeColor=#000000;rotation=0;verticalAlign=middle;horizontal=0;" value="&lt;span style=&quot;font-size: 8px;&quot;&gt;AXIS Sink x8&lt;/span&gt;&lt;div&gt;&lt;span style=&quot;font-size: 8px;&quot;&gt;TX Ports 0..&lt;/span&gt;&lt;span style=&quot;font-size: 8px; background-color: transparent; color: light-dark(rgb(0, 0, 0), rgb(255, 255, 255));&quot;&gt;N-1&lt;/span&gt;&lt;/div&gt;" vertex="1">
+         <mxCell id="vellT3bcd4ufu_oz2iLE-95" parent="1" style="rounded=0;whiteSpace=wrap;html=1;fillColor=#dae8fc;strokeColor=#000000;rotation=0;verticalAlign=middle;horizontal=0;" value="&lt;span style=&quot;font-size: 8px;&quot;&gt;AXISx8 Sink&lt;/span&gt;&lt;br&gt;&lt;div&gt;&lt;span style=&quot;font-size: 8px;&quot;&gt;TX Ports 0..&lt;/span&gt;&lt;span style=&quot;font-size: 8px; background-color: transparent; color: light-dark(rgb(0, 0, 0), rgb(255, 255, 255));&quot;&gt;N-1&lt;/span&gt;&lt;/div&gt;" vertex="1">
          <mxGeometry height="80" width="30" x="1600" y="980" as="geometry" />
        </mxCell>
        <mxCell id="vellT3bcd4ufu_oz2iLE-97" edge="1" parent="1" source="vellT3bcd4ufu_oz2iLE-95" style="shape=filledEdge;curved=0;rounded=0;fixDash=1;endArrow=none;strokeWidth=10;fillColor=#ffffff;edgeStyle=orthogonalEdgeStyle;html=1;startArrow=classic;startFill=1;exitX=1;exitY=0.5;exitDx=0;exitDy=0;entryX=0;entryY=0.5;entryDx=0;entryDy=0;" target="vellT3bcd4ufu_oz2iLE-88" value="">
          <mxGeometry height="40" relative="1" width="60" as="geometry">
            <Array as="points" />
            <mxPoint x="1750" y="1040" as="sourcePoint" />
            <mxPoint x="1750" y="1120" as="targetPoint" />
          </mxGeometry>
        </mxCell>
        <mxCell id="vellT3bcd4ufu_oz2iLE-98" parent="1" style="text;html=1;whiteSpace=wrap;strokeColor=none;fillColor=none;align=center;verticalAlign=middle;rounded=0;fontSize=14;fontStyle=1" value="AXISx8_UDP_Offloading_Engine" vertex="1">
          <mxGeometry height="40" width="240" x="1680" y="1080" as="geometry" />
        </mxCell>
        <mxCell id="vellT3bcd4ufu_oz2iLE-99" parent="1" style="text;html=1;whiteSpace=wrap;strokeColor=none;fillColor=none;align=center;verticalAlign=middle;rounded=0;fontSize=12;fontStyle=1" value="&lt;font&gt;AXISx8 Network Layer Core&lt;/font&gt;" vertex="1">
          <mxGeometry height="40" width="200" x="920" y="1040" as="geometry" />
        </mxCell>
-         <mxCell id="vellT3bcd4ufu_oz2iLE-102" parent="1" style="rounded=0;whiteSpace=wrap;html=1;fillColor=#dae8fc;strokeColor=#000000;rotation=0;horizontal=0;" value="&lt;span style=&quot;font-size: 8px;&quot;&gt;AXIS Sink&amp;nbsp;&lt;/span&gt;&lt;span style=&quot;font-size: 8px;&quot;&gt;x8&lt;/span&gt;&lt;div&gt;&lt;span style=&quot;font-size: 8px;&quot;&gt;PHY RX&lt;/span&gt;&lt;/div&gt;" vertex="1">
+         <mxCell id="vellT3bcd4ufu_oz2iLE-102" parent="1" style="rounded=0;whiteSpace=wrap;html=1;fillColor=#dae8fc;strokeColor=#000000;rotation=0;horizontal=0;" value="&lt;span style=&quot;font-size: 8px;&quot;&gt;AXIS&lt;/span&gt;&lt;span style=&quot;font-size: 8px;&quot;&gt;x8&lt;/span&gt;&lt;span style=&quot;font-size: 8px;&quot;&gt;&amp;nbsp;Sink&lt;/span&gt;&lt;div&gt;&lt;span style=&quot;font-size: 8px;&quot;&gt;PHY RX&lt;/span&gt;&lt;/div&gt;" vertex="1">
          <mxGeometry height="60" width="30" x="880" y="780" as="geometry" />
        </mxCell>
-         <mxCell id="vellT3bcd4ufu_oz2iLE-103" parent="1" style="rounded=0;whiteSpace=wrap;html=1;fillColor=#dae8fc;strokeColor=#000000;rotation=0;horizontal=0;" value="&lt;span style=&quot;font-size: 8px;&quot;&gt;AXIS Source &lt;/span&gt;&lt;span style=&quot;font-size: 8px;&quot;&gt;x8&lt;/span&gt;&lt;div&gt;&lt;span style=&quot;font-size: 8px;&quot;&gt;PHY TX&lt;/span&gt;&lt;/div&gt;" vertex="1">
+         <mxCell id="vellT3bcd4ufu_oz2iLE-103" parent="1" style="rounded=0;whiteSpace=wrap;html=1;fillColor=#dae8fc;strokeColor=#000000;rotation=0;horizontal=0;" value="&lt;span style=&quot;font-size: 8px;&quot;&gt;AXIS&lt;/span&gt;&lt;span style=&quot;font-size: 8px;&quot;&gt;x8&lt;/span&gt;&lt;span style=&quot;font-size: 8px;&quot;&gt;&amp;nbsp;Source&lt;/span&gt;&lt;div&gt;&lt;span style=&quot;font-size: 8px;&quot;&gt;PHY TX&lt;/span&gt;&lt;/div&gt;" vertex="1">
          <mxGeometry height="60" width="30" x="880" y="720" as="geometry" />
        </mxCell>
        <mxCell id="vellT3bcd4ufu_oz2iLE-104" edge="1" parent="1" style="shape=filledEdge;curved=0;rounded=0;fixDash=1;endArrow=none;strokeWidth=10;fillColor=#ffffff;edgeStyle=orthogonalEdgeStyle;html=1;startArrow=classic;startFill=1;entryX=0;entryY=0.5;entryDx=0;entryDy=0;" target="vellT3bcd4ufu_oz2iLE-54" value="">
          <mxGeometry height="40" relative="1" width="60" as="geometry">
            <Array as="points" />
            <mxPoint x="910" y="749.86" as="sourcePoint" />
            <mxPoint x="940" y="749.85" as="targetPoint" />
          </mxGeometry>
        </mxCell>
        <mxCell id="vellT3bcd4ufu_oz2iLE-76" edge="1" parent="1" style="shape=filledEdge;curved=0;rounded=0;fixDash=1;endArrow=none;strokeWidth=10;fillColor=#ffffff;edgeStyle=orthogonalEdgeStyle;html=1;startArrow=classic;startFill=1;" value="">
          <mxGeometry height="40" relative="1" width="60" as="geometry">
            <Array as="points">
              <mxPoint x="1720" y="825" />
              <mxPoint x="1650" y="825" />
            </Array>
            <mxPoint x="1720" y="825" as="sourcePoint" />
            <mxPoint x="1650" y="735" as="targetPoint" />
          </mxGeometry>
        </mxCell>
        <mxCell id="vellT3bcd4ufu_oz2iLE-77" edge="1" parent="1" style="shape=filledEdge;curved=0;rounded=0;fixDash=1;endArrow=none;strokeWidth=10;fillColor=#ffffff;edgeStyle=orthogonalEdgeStyle;html=1;startArrow=classic;startFill=1;" value="">
          <mxGeometry height="40" relative="1" width="60" as="geometry">
            <Array as="points">
              <mxPoint x="1720" y="930" />
              <mxPoint x="1650" y="930" />
            </Array>
            <mxPoint x="1720" y="930" as="sourcePoint" />
            <mxPoint x="1650" y="825" as="targetPoint" />
          </mxGeometry>
        </mxCell>
-         <mxCell id="jzSmu69J5GDHjlPKQdco-2" parent="1" style="rounded=0;whiteSpace=wrap;html=1;fillColor=#dae8fc;strokeColor=#000000;rotation=0;verticalAlign=middle;horizontal=0;" value="&lt;span style=&quot;font-size: 8px;&quot;&gt;AXIS Source &lt;/span&gt;&lt;span style=&quot;font-size: 8px;&quot;&gt;x8&lt;/span&gt;" vertex="1">
+         <mxCell id="jzSmu69J5GDHjlPKQdco-2" parent="1" style="rounded=0;whiteSpace=wrap;html=1;fillColor=#dae8fc;strokeColor=#000000;rotation=0;verticalAlign=middle;horizontal=0;" value="&lt;span style=&quot;font-size: 8px;&quot;&gt;AXIS&lt;/span&gt;&lt;span style=&quot;font-size: 8px;&quot;&gt;x8&lt;/span&gt;&lt;span style=&quot;font-size: 8px;&quot;&gt;&amp;nbsp;Source&lt;/span&gt;" vertex="1">
          <mxGeometry height="120" width="20" x="1500" y="720" as="geometry" />
        </mxCell>
-         <mxCell id="jzSmu69J5GDHjlPKQdco-3" parent="1" style="rounded=0;whiteSpace=wrap;html=1;fillColor=#dae8fc;strokeColor=#000000;rotation=0;verticalAlign=middle;horizontal=0;" value="&lt;span style=&quot;font-size: 8px;&quot;&gt;AXIS Sink&amp;nbsp;&lt;/span&gt;&lt;span style=&quot;font-size: 8px;&quot;&gt;x8&lt;/span&gt;" vertex="1">
+         <mxCell id="jzSmu69J5GDHjlPKQdco-3" parent="1" style="rounded=0;whiteSpace=wrap;html=1;fillColor=#dae8fc;strokeColor=#000000;rotation=0;verticalAlign=middle;horizontal=0;" value="&lt;span style=&quot;font-size: 8px;&quot;&gt;AXISx8 Sink&lt;/span&gt;" vertex="1">
          <mxGeometry height="120" width="20" x="1360" y="720" as="geometry" />
        </mxCell>
      </root>
    </mxGraphModel>
  </diagram>
</mxfile>
